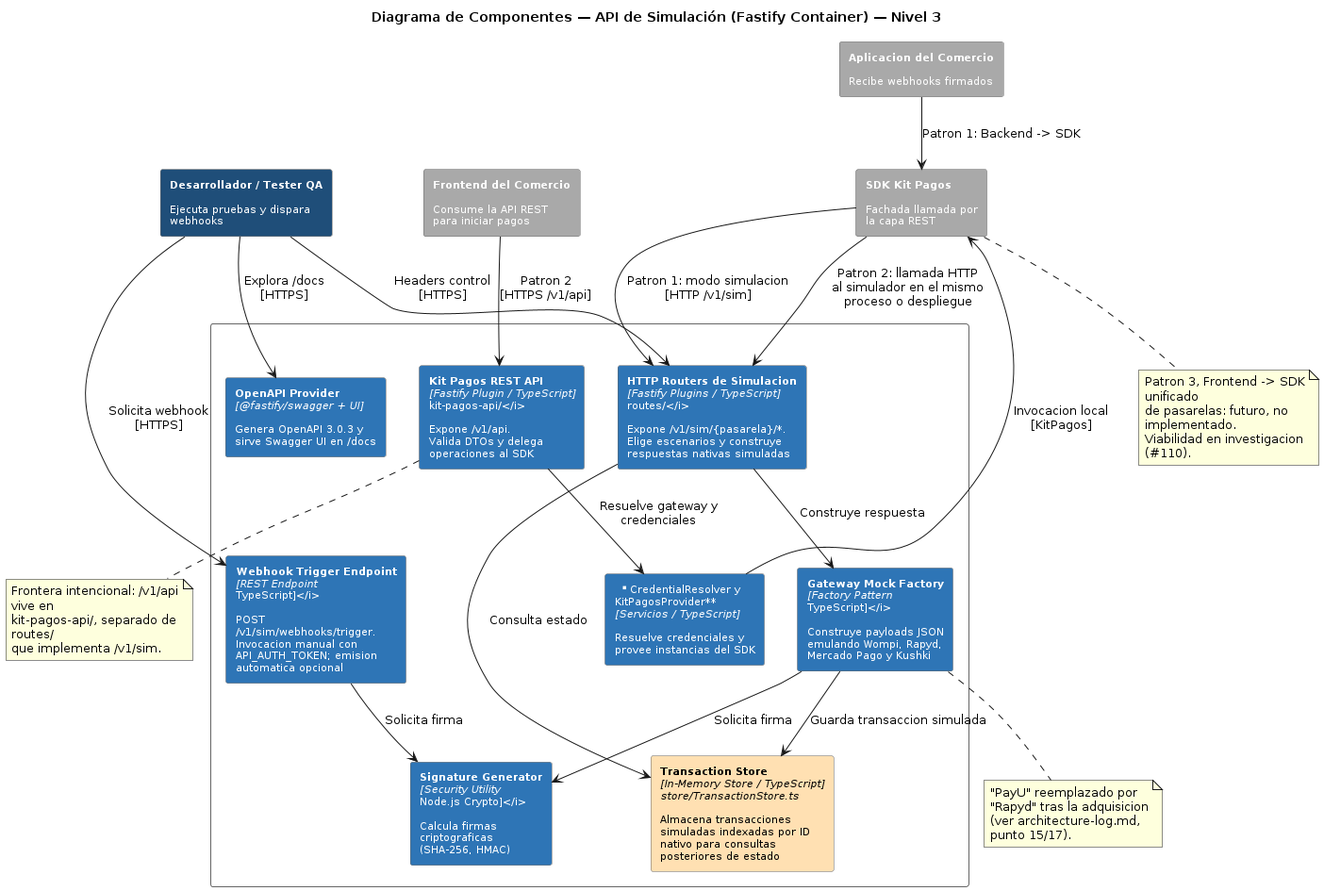
Earlier version of the PlantUML export docs/architecture/Simulador API/Component Diagram - C4.png (PurosBrothers/Kit-Pagos-Colombia---Tesis).
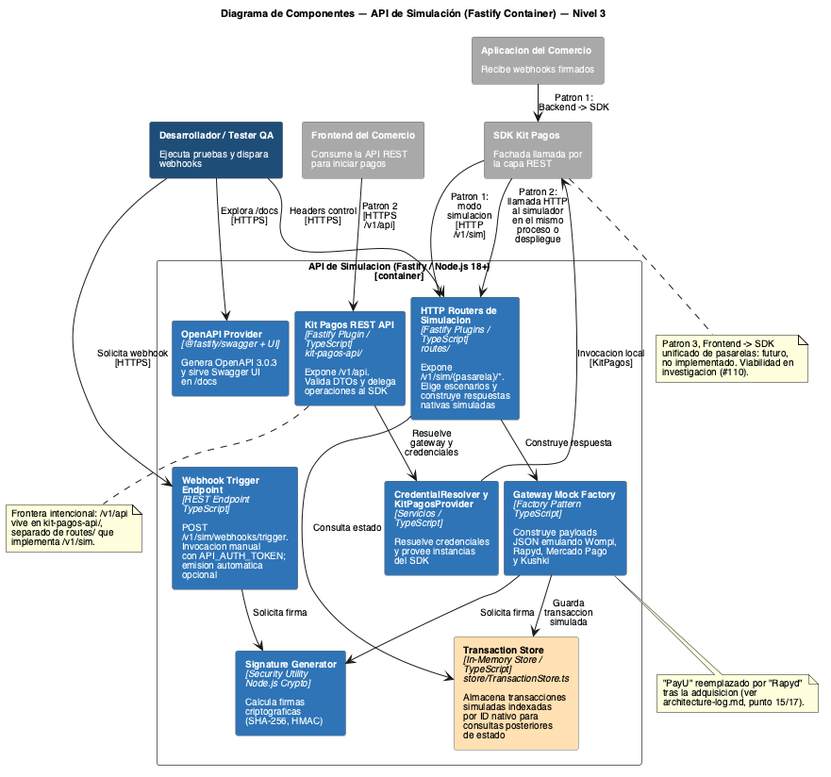
After the change.

Change to the diagram source:
```diff
@@ -1,8 +1,15 @@
-@startuml
+@startuml Component Diagram - Simulador API
 title Diagrama de Componentes — API de Simulación (Fastify Container) — Nivel 3
 skinparam backgroundColor white
-skinparam rectangleFontSize 11
+skinparam defaultFontName Helvetica
+skinparam defaultFontSize 10
+skinparam titleFontSize 11
+skinparam rectangleFontSize 10
+skinparam ArrowFontSize 10
+skinparam NoteFontSize 10
 skinparam wrapWidth 190
+skinparam nodesep 6
+skinparam ranksep 18
 skinparam rectangle {
   BorderColor #666666
   ArrowColor #666666
@@ -14,23 +21,23 @@
 rectangle "**Aplicacion del Comercio**\n\nRecibe webhooks firmados" as Comercio #A9A9A9
 rectangle "**SDK Kit Pagos**\n\nFachada llamada por\nla capa REST" as SDK #A9A9A9
 
-rectangle "API de Simulacion (Fastify / Node.js 18+)\n[container]" as System #FFFFFF {
-  rectangle "**Kit Pagos REST API**\n<i>[Fastify Plugin / TypeScript]\nkit-pagos-api/</i>\n\nExpone /v1/api.\nValida DTOs y delega\noperaciones al SDK" as RestApi #2E75B6
-  rectangle "**HTTP Routers de Simulacion**\n<i>[Fastify Plugins / TypeScript]\nroutes/</i>\n\nExpone /v1/sim/{pasarela}/*.\nElige escenarios y construye\nrespuestas nativas simuladas" as Router #2E75B6
-  rectangle "**CredentialResolver y\nKitPagosProvider**\n<i>[Servicios / TypeScript]</i>\n\nResuelve credenciales y\nprovee instancias del SDK" as Provider #2E75B6
-  rectangle "**Webhook Trigger Endpoint**\n<i>[REST Endpoint\nTypeScript]</i>\n\nPOST\n/v1/sim/webhooks/trigger.\nInvocacion manual con\nAPI_AUTH_TOKEN; emision\nautomatica opcional" as WebhookEndpoint #2E75B6
-  rectangle "**OpenAPI Provider**\n<i>[@fastify/swagger + UI]</i>\n\nGenera OpenAPI 3.0.3 y\nsirve Swagger UI en /docs" as OpenAPI #2E75B6
-  rectangle "**Gateway Mock Factory**\n<i>[Factory Pattern\nTypeScript]</i>\n\nConstruye payloads JSON\nemulando Wompi, Rapyd,\nMercado Pago y Kushki" as MockFactory #2E75B6
-  rectangle "**Signature Generator**\n<i>[Security Utility\nNode.js Crypto]</i>\n\nCalcula firmas\ncriptograficas\n(SHA-256, HMAC)" as SignatureGen #2E75B6
-  rectangle "<color:black>**Transaction Store**</color>\n<color:black><i>[In-Memory Store / TypeScript]</i></color>\n<color:black><i>store/TransactionStore.ts</i></color>\n\n<color:black>Almacena transacciones</color>\n<color:black>simuladas indexadas por ID</color>\n<color:black>nativo para consultas</color>\n<color:black>posteriores de estado</color>" as Store #FFE0B2
+rectangle "API de Simulacion (Fastify / Node.js 18+)\n[container]" as System #FFFFFF;text:black {
+  rectangle "**Kit Pagos REST API**\n<i>[Fastify Plugin /</i>\n<i>TypeScript]</i>\n<i>kit-pagos-api/</i>\n\nExpone /v1/api.\nValida DTOs y delega\noperaciones al SDK" as RestApi #2E75B6
+  rectangle "**HTTP Routers de**\n**Simulacion**\n<i>[Fastify Plugins /</i>\n<i>TypeScript]</i>\n<i>routes/</i>\n\nExpone\n/v1/sim/{pasarela}/*.\nElige escenarios y\nconstruye respuestas\nnativas simuladas" as Router #2E75B6
+  rectangle "**CredentialResolver y**\n**KitPagosProvider**\n<i>[Servicios /</i>\n<i>TypeScript]</i>\n\nResuelve credenciales\ny provee instancias\ndel SDK" as Provider #2E75B6
+  rectangle "**Webhook Trigger**\n**Endpoint**\n<i>[REST Endpoint</i>\n<i>TypeScript]</i>\n\nPOST\n/v1/sim/webhooks/trigger.\nInvocacion manual\ncon API_AUTH_TOKEN;\nemision automatica\nopcional" as WebhookEndpoint #2E75B6
+  rectangle "**OpenAPI Provider**\n<i>[@fastify/swagger + UI]</i>\n\nGenera OpenAPI 3.0.3\ny sirve Swagger UI\nen /docs" as OpenAPI #2E75B6
+  rectangle "**Gateway Mock Factory**\n<i>[Factory Pattern</i>\n<i>TypeScript]</i>\n\nConstruye payloads\nJSON emulando Wompi,\nRapyd, Mercado Pago\ny Kushki" as MockFactory #2E75B6
+  rectangle "**Signature Generator**\n<i>[Security Utility</i>\n<i>Node.js Crypto]</i>\n\nCalcula firmas\ncriptograficas\n(SHA-256, HMAC)" as SignatureGen #2E75B6
+  rectangle "**Transaction Store**\n<i>[In-Memory Store /</i>\n<i>TypeScript]</i>\n<i>store/TransactionStore.ts</i>\n\nAlmacena transacciones\nsimuladas indexadas\npor ID nativo para\nconsultas posteriores\nde estado" as Store #FFE0B2;text:black
 }
 
-Frontend --> RestApi : Patron 2\n[HTTPS /v1/api]
-Comercio --> SDK : Patron 1: Backend -> SDK
-RestApi --> Provider : Resuelve gateway y\ncredenciales
+Frontend --> RestApi : Patron 2\n[HTTPS\n/v1/api]
+Comercio --> SDK : Patron 1:\nBackend -> SDK
+RestApi --> Provider : Resuelve\ngateway y\ncredenciales
 Provider --> SDK : Invocacion local\n[KitPagos]
-SDK --> Router : Patron 2: llamada HTTP\nal simulador en el mismo\nproceso o despliegue
-SDK --> Router : Patron 1: modo simulacion\n[HTTP /v1/sim]
+SDK --> Router : Patron 2:\nllamada HTTP\nal simulador\nen el mismo\nproceso o\ndespliegue
+SDK --> Router : Patron 1:\nmodo\nsimulacion\n[HTTP\n/v1/sim]
 Dev --> Router : Headers control\n[HTTPS]
 Dev --> WebhookEndpoint : Solicita webhook\n[HTTPS]
 Dev --> OpenAPI : Explora /docs\n[HTTPS]
@@ -38,23 +45,27 @@
 Router --> MockFactory : Construye respuesta
 MockFactory --> SignatureGen : Solicita firma
 WebhookEndpoint --> SignatureGen : Solicita firma
-MockFactory --> Store : Guarda transaccion simulada
+MockFactory --> Store : Guarda\ntransaccion\nsimulada
 Router --> Store : Consulta estado
 
 note bottom of RestApi
-  Frontera intencional: /v1/api vive en
-  kit-pagos-api/, separado de routes/
-  que implementa /v1/sim.
+  Frontera intencional: /v1/api
+  vive en kit-pagos-api/,
+  separado de routes/ que
+  implementa /v1/sim.
 end note
 
 note bottom of SDK
-  Patron 3, Frontend -> SDK unificado
-  de pasarelas: futuro, no implementado.
-  Viabilidad en investigacion (#110).
+  Patron 3, Frontend -> SDK
+  unificado de pasarelas: futuro,
+  no implementado. Viabilidad en
+  investigacion (#110).
 end note
 
 note bottom of MockFactory
-  "PayU" reemplazado por "Rapyd" tras la adquisicion
-  (ver architecture-log.md, punto 15/17).
+  "PayU" reemplazado por "Rapyd"
+  tras la adquisicion (ver
+  architecture-log.md, punto 15/17).
 end note
+
 @enduml
```
